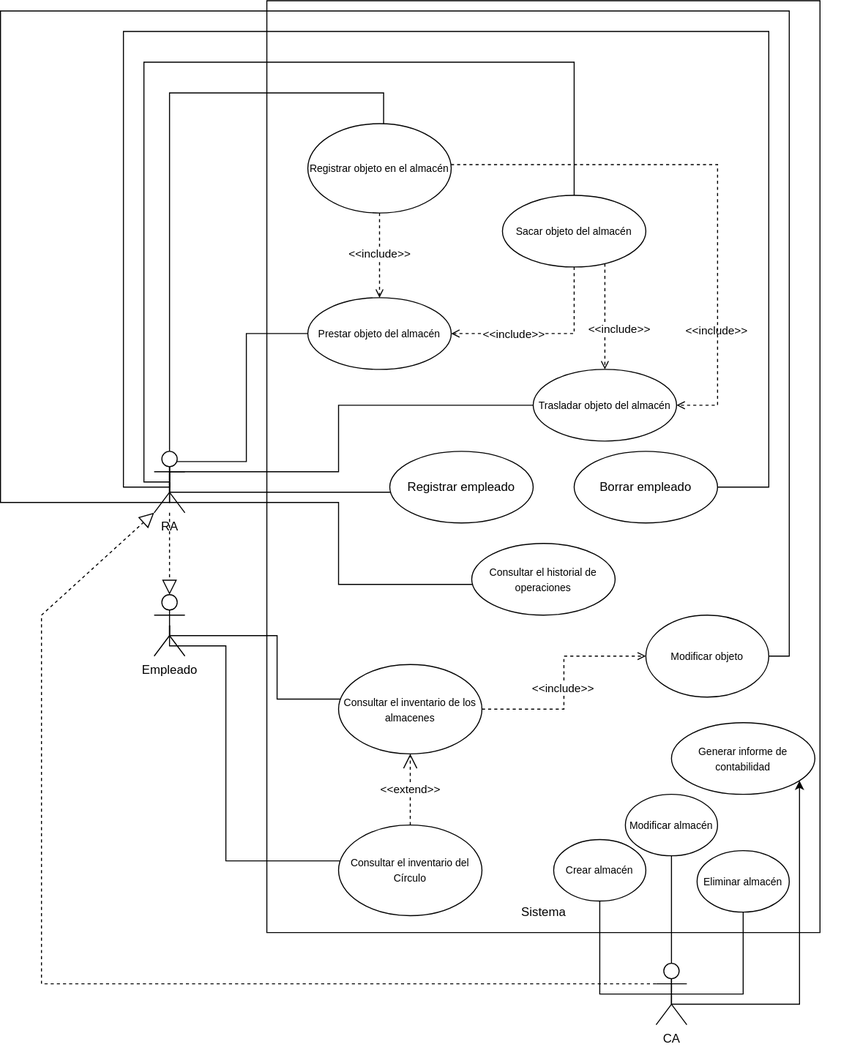
Before: Diagramas/Diagrama de Casos de Uso.svg, a diagram exported from draw.io (Emilio-115/Proyecto-IR-G2-12). Source tidied: cells renumbered, new cells last; positions are measured from the earlier drawing's top-left corner, leaving out a move shared by most shapes.
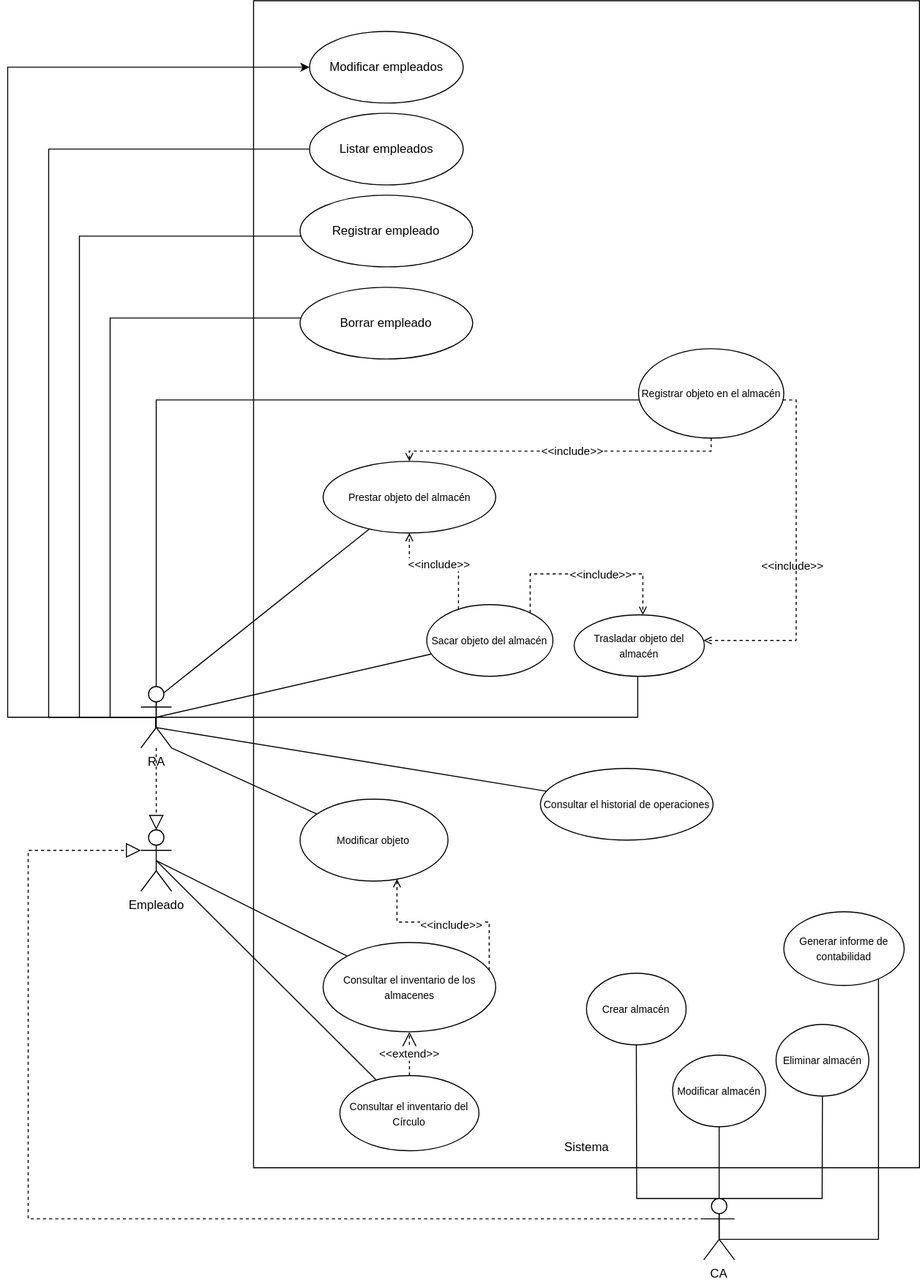
Later version of the same file.

Commit message:
Mejora diagram casos de uso

What changed in the source:
```diff
@@ -4,22 +4,19 @@
     <mxCell id="1" parent="0" />
-    <mxCell id="2" style="group;" parent="1" vertex="1">
-      <mxGeometry x="260" width="560" height="910" as="geometry" />
-    </mxCell>
-    <mxCell id="3" style="group;" parent="2" vertex="1">
-      <mxGeometry width="560" height="910" as="geometry" />
+    <mxCell id="3" style="group;" parent="1" vertex="1">
+      <mxGeometry x="260" width="650" height="910" as="geometry" />
     </mxCell>
     <mxCell id="4" style="group;" parent="3" vertex="1">
-      <mxGeometry width="560" height="910" as="geometry" />
+      <mxGeometry width="650" height="910" as="geometry" />
     </mxCell>
     <mxCell id="5" style="verticalLabelPosition=bottom;verticalAlign=top;html=1;shape=mxgraph.basic.rect;fillColor2=none;strokeWidth=1;size=20;indent=5;" parent="4" vertex="1">
-      <mxGeometry width="540" height="910" as="geometry" />
+      <mxGeometry y="-230" width="650" height="1140" as="geometry" />
     </mxCell>
     <mxCell id="6" value="Sistema" style="text;html=1;align=center;verticalAlign=middle;strokeColor=none;fillColor=none;" parent="4" vertex="1">
-      <mxGeometry x="221.2" y="870" width="97.5" height="40" as="geometry" />
+      <mxGeometry x="266.3" y="870" width="117.4" height="40" as="geometry" />
     </mxCell>
     <mxCell id="7" value="&lt;font style=&quot;font-size: 10px;&quot;&gt;Trasladar objeto del almacén&lt;/font&gt;" style="ellipse;whiteSpace=wrap;html=1;" parent="4" vertex="1">
-      <mxGeometry x="260" y="360" width="140" height="70" as="geometry" />
+      <mxGeometry x="313" y="370" width="127" height="60" as="geometry" />
     </mxCell>
     <mxCell id="8" value="&amp;lt;&amp;lt;include&amp;gt;&amp;gt;" style="edgeLabel;html=1;align=center;verticalAlign=middle;" parent="4" vertex="1">
-      <mxGeometry x="430" y="360" as="geometry">
+      <mxGeometry x="517.6" y="360" as="geometry">
         <mxPoint x="8" y="-39" as="offset" />
@@ -28,3 +25,3 @@
     <mxCell id="9" value="&lt;font style=&quot;font-size: 10px;&quot;&gt;Registrar objeto en el almacén&lt;/font&gt;" style="ellipse;whiteSpace=wrap;html=1;" parent="4" vertex="1">
-      <mxGeometry x="40" y="120" width="140" height="87.3" as="geometry" />
+      <mxGeometry x="375.7" y="110" width="141.8" height="87.3" as="geometry" />
     </mxCell>
@@ -33,4 +30,4 @@
         <Array as="points">
-          <mxPoint x="440" y="160" />
-          <mxPoint x="440" y="395" />
+          <mxPoint x="529.6" y="160" />
+          <mxPoint x="529.6" y="395" />
         </Array>
@@ -39,3 +36,3 @@
     <mxCell id="11" value="&lt;font style=&quot;font-size: 10px;&quot;&gt;Sacar objeto del almacén&lt;/font&gt;" style="ellipse;whiteSpace=wrap;html=1;" parent="4" vertex="1">
-      <mxGeometry x="230" y="190" width="140" height="70" as="geometry" />
+      <mxGeometry x="169.1" y="360" width="123.2" height="70" as="geometry" />
     </mxCell>
@@ -44,4 +41,4 @@
         <Array as="points">
-          <mxPoint x="330" y="330" />
-          <mxPoint x="330" y="330" />
+          <mxPoint x="270" y="330" />
+          <mxPoint x="380" y="330" />
         </Array>
@@ -50,6 +47,11 @@
     <mxCell id="13" value="&lt;font style=&quot;font-size: 10px;&quot;&gt;Prestar objeto del almacén&lt;/font&gt;" style="ellipse;whiteSpace=wrap;html=1;" parent="4" vertex="1">
-      <mxGeometry x="40" y="290" width="140" height="70" as="geometry" />
+      <mxGeometry x="67.9" y="220" width="168.5" height="70" as="geometry" />
     </mxCell>
     <mxCell id="14" style="edgeStyle=orthogonalEdgeStyle;rounded=0;jettySize=auto;html=1;dashed=1;endArrow=open;endFill=0;" parent="4" edge="1" source="9" target="13">
-      <mxGeometry relative="1" as="geometry" />
+      <mxGeometry relative="1" as="geometry">
+        <Array as="points">
+          <mxPoint x="447" y="210" />
+          <mxPoint x="152" y="210" />
+        </Array>
+      </mxGeometry>
     </mxCell>
@@ -61,3 +63,4 @@
         <Array as="points">
-          <mxPoint x="300" y="325" />
+          <mxPoint x="200" y="325" />
+          <mxPoint x="152" y="325" />
         </Array>
@@ -67,3 +70,3 @@
       <mxGeometry x="0.34" y="2" relative="1" as="geometry">
-        <mxPoint x="-1" y="-2" as="offset" />
+        <mxPoint x="23" y="-7" as="offset" />
       </mxGeometry>
@@ -71,3 +74,3 @@
     <mxCell id="18" value="&amp;lt;&amp;lt;include&amp;gt;&amp;gt;" style="edgeLabel;html=1;align=center;verticalAlign=middle;" parent="4" vertex="1">
-      <mxGeometry x="330" y="310" as="geometry">
+      <mxGeometry x="325" y="320" as="geometry">
         <mxPoint x="13" y="10" as="offset" />
@@ -75,39 +78,39 @@
     </mxCell>
-    <mxCell id="19" value="Registrar empleado" style="ellipse;whiteSpace=wrap;html=1;" parent="4" vertex="1">
-      <mxGeometry x="120" y="440" width="140" height="70" as="geometry" />
-    </mxCell>
     <mxCell id="20" value="Borrar empleado" style="ellipse;whiteSpace=wrap;html=1;" parent="4" vertex="1">
-      <mxGeometry x="300" y="440" width="140" height="70" as="geometry" />
+      <mxGeometry x="45.4" y="50" width="168.5" height="70" as="geometry" />
     </mxCell>
     <mxCell id="21" value="&lt;font style=&quot;font-size: 10px;&quot;&gt;Consultar el historial de operaciones&lt;/font&gt;" style="ellipse;whiteSpace=wrap;html=1;" parent="4" vertex="1">
-      <mxGeometry x="200" y="530" width="140" height="70" as="geometry" />
+      <mxGeometry x="280" y="520" width="168.5" height="70" as="geometry" />
     </mxCell>
     <mxCell id="22" value="&lt;font style=&quot;font-size: 10px;&quot;&gt;Crear almacén&lt;/font&gt;" style="ellipse;whiteSpace=wrap;html=1;" parent="4" vertex="1">
-      <mxGeometry x="280" y="819.2" width="90" height="60" as="geometry" />
+      <mxGeometry x="325" y="720" width="97.2" height="70" as="geometry" />
     </mxCell>
     <mxCell id="23" value="&lt;font style=&quot;font-size: 10px;&quot;&gt;Consultar el inventario del Círculo&lt;/font&gt;" style="ellipse;whiteSpace=wrap;html=1;" parent="4" vertex="1">
-      <mxGeometry x="70" y="805" width="140" height="88.5" as="geometry" />
+      <mxGeometry x="84.3" y="820" width="135.7" height="73.5" as="geometry" />
     </mxCell>
     <mxCell id="24" value="&lt;font style=&quot;font-size: 10px;&quot;&gt;Eliminar almacén&lt;/font&gt;" style="ellipse;whiteSpace=wrap;html=1;" parent="4" vertex="1">
-      <mxGeometry x="420" y="830" width="90" height="60" as="geometry" />
+      <mxGeometry x="510" y="770" width="90.5" height="70" as="geometry" />
     </mxCell>
     <mxCell id="25" value="&lt;font style=&quot;font-size: 10px;&quot;&gt;Modificar almacén&lt;/font&gt;" style="ellipse;whiteSpace=wrap;html=1;" parent="4" vertex="1">
-      <mxGeometry x="350" y="775" width="90" height="60" as="geometry" />
+      <mxGeometry x="409.1" y="800" width="90.7" height="70" as="geometry" />
     </mxCell>
     <mxCell id="26" value="&lt;font style=&quot;font-size: 10px;&quot;&gt;Modificar objeto&lt;/font&gt;" style="ellipse;whiteSpace=wrap;html=1;" parent="4" vertex="1">
-      <mxGeometry x="370" y="600" width="120" height="80" as="geometry" />
+      <mxGeometry x="45.4" y="550" width="144.4" height="80" as="geometry" />
     </mxCell>
     <mxCell id="27" value="&lt;font style=&quot;font-size: 10px;&quot;&gt;Generar informe de contabilidad&lt;/font&gt;" style="ellipse;whiteSpace=wrap;html=1;" parent="4" vertex="1">
-      <mxGeometry x="395" y="705" width="140" height="70" as="geometry" />
+      <mxGeometry x="517.6" y="660" width="117.5" height="72" as="geometry" />
     </mxCell>
-    <mxCell id="28" style="edgeStyle=orthogonalEdgeStyle;rounded=0;jettySize=auto;html=1;exitX=0.5;exitY=0.5;exitDx=0;exitDy=0;exitPerimeter=0;" parent="4" edge="1" source="49" target="27">
-      <mxGeometry relative="1" as="geometry">
-        <Array as="points">
-          <mxPoint x="395" y="980" />
-          <mxPoint x="520" y="980" />
-        </Array>
-      </mxGeometry>
-    </mxCell>
+    <mxCell id="31" value="&lt;font style=&quot;font-size: 10px;&quot;&gt;Consultar el inventario de los almacenes&lt;/font&gt;" style="ellipse;whiteSpace=wrap;html=1;" parent="4" vertex="1">
+      <mxGeometry x="67.9" y="690" width="168.5" height="87.3" as="geometry" />
+    </mxCell>
+    <mxCell id="32" value="&amp;lt;&amp;lt;extend&amp;gt;&amp;gt;" style="endArrow=open;endSize=12;dashed=1;html=1;rounded=0;" parent="4" edge="1" source="23" target="31">
+      <mxGeometry relative="1" as="geometry" />
+    </mxCell>
-    <mxCell id="29" style="edgeStyle=orthogonalEdgeStyle;rounded=0;jettySize=auto;html=1;exitX=1;exitY=0.5;exitDx=0;exitDy=0;dashed=1;endArrow=open;endFill=0;" parent="3" edge="1" source="31" target="26">
-      <mxGeometry relative="1" as="geometry" />
+    <mxCell id="29" style="edgeStyle=orthogonalEdgeStyle;rounded=0;jettySize=auto;html=1;dashed=1;endArrow=open;endFill=0;" parent="4" edge="1" source="31" target="26">
+      <mxGeometry relative="1" as="geometry">
+        <Array as="points">
+          <mxPoint x="230" y="670" />
+          <mxPoint x="140" y="670" />
+        </Array>
+      </mxGeometry>
     </mxCell>
@@ -116,8 +119,10 @@
     </mxCell>
-    <mxCell id="31" value="&lt;font style=&quot;font-size: 10px;&quot;&gt;Consultar el inventario de los almacenes&lt;/font&gt;" style="ellipse;whiteSpace=wrap;html=1;" parent="3" vertex="1">
-      <mxGeometry x="70" y="648.2" width="140" height="87.3" as="geometry" />
-    </mxCell>
-    <mxCell id="32" value="&amp;lt;&amp;lt;extend&amp;gt;&amp;gt;" style="endArrow=open;endSize=12;dashed=1;html=1;rounded=0;" parent="3" edge="1" source="23" target="31">
-      <mxGeometry relative="1" as="geometry" />
-    </mxCell>
+    <mxCell id="39" style="rounded=0;jettySize=auto;html=1;exitX=0.5;exitY=0.5;exitDx=0;exitDy=0;exitPerimeter=0;endArrow=none;endFill=0;" parent="4" edge="1" target="21">
+      <mxGeometry relative="1" as="geometry">
+        <mxPoint x="-95.7" y="480" as="sourcePoint" />
+      </mxGeometry>
+    </mxCell>
+    <mxCell id="19" value="Registrar empleado" style="ellipse;whiteSpace=wrap;html=1;" parent="4" vertex="1">
+      <mxGeometry x="45.4" y="-40" width="168.5" height="70" as="geometry" />
+    </mxCell>
     <mxCell id="33" style="edgeStyle=orthogonalEdgeStyle;rounded=0;jettySize=auto;html=1;exitX=0.5;exitY=0.5;exitDx=0;exitDy=0;exitPerimeter=0;endArrow=none;endFill=0;" parent="1" edge="1" source="41" target="9">
@@ -125,4 +130,3 @@
         <Array as="points">
-          <mxPoint x="165" y="90" />
-          <mxPoint x="374" y="90" />
+          <mxPoint x="165" y="160" />
         </Array>
@@ -130,26 +134,14 @@
     </mxCell>
-    <mxCell id="34" style="edgeStyle=orthogonalEdgeStyle;rounded=0;jettySize=auto;html=1;exitX=0.5;exitY=0.5;exitDx=0;exitDy=0;exitPerimeter=0;endArrow=none;endFill=0;" parent="1" edge="1" source="41" target="11">
-      <mxGeometry relative="1" as="geometry">
-        <Array as="points">
-          <mxPoint x="140" y="470" />
-          <mxPoint x="140" y="60" />
-          <mxPoint x="560" y="60" />
-        </Array>
-      </mxGeometry>
+    <mxCell id="34" style="rounded=0;jettySize=auto;html=1;exitX=0.5;exitY=0.5;exitDx=0;exitDy=0;exitPerimeter=0;endArrow=none;endFill=0;" parent="1" edge="1" source="41" target="11">
+      <mxGeometry relative="1" as="geometry" />
     </mxCell>
-    <mxCell id="35" style="edgeStyle=orthogonalEdgeStyle;rounded=0;jettySize=auto;html=1;exitX=0.5;exitY=0.5;exitDx=0;exitDy=0;exitPerimeter=0;entryX=0;entryY=0.5;entryDx=0;entryDy=0;endArrow=none;endFill=0;" parent="1" edge="1" source="41" target="13">
-      <mxGeometry relative="1" as="geometry">
-        <Array as="points">
-          <mxPoint x="165" y="450" />
-          <mxPoint x="240" y="450" />
-          <mxPoint x="240" y="325" />
-        </Array>
-      </mxGeometry>
+    <mxCell id="35" style="rounded=0;jettySize=auto;html=1;exitX=0.75;exitY=0.1;exitDx=0;exitDy=0;exitPerimeter=0;endArrow=none;endFill=0;" parent="1" edge="1" source="41" target="13">
+      <mxGeometry relative="1" as="geometry" />
     </mxCell>
-    <mxCell id="36" style="edgeStyle=orthogonalEdgeStyle;rounded=0;jettySize=auto;html=1;exitX=0.5;exitY=0.5;exitDx=0;exitDy=0;exitPerimeter=0;endArrow=none;endFill=0;" parent="1" edge="1" source="41" target="7">
+    <mxCell id="36" style="edgeStyle=orthogonalEdgeStyle;rounded=0;jettySize=auto;html=1;exitX=0.5;exitY=0.5;exitDx=0;exitDy=0;exitPerimeter=0;endArrow=none;endFill=0;" parent="1" edge="1" target="7">
       <mxGeometry relative="1" as="geometry">
+        <mxPoint x="164.4" y="480" as="sourcePoint" />
         <Array as="points">
-          <mxPoint x="165" y="460" />
-          <mxPoint x="330" y="460" />
-          <mxPoint x="330" y="395" />
+          <mxPoint x="164" y="470" />
+          <mxPoint x="635" y="470" />
         </Array>
@@ -160,3 +152,4 @@
         <Array as="points">
-          <mxPoint x="165" y="480" />
+          <mxPoint x="90" y="470" />
+          <mxPoint x="90" />
         </Array>
@@ -167,7 +160,4 @@
         <Array as="points">
-          <mxPoint x="165" y="475" />
-          <mxPoint x="120" y="475" />
-          <mxPoint x="120" y="30" />
-          <mxPoint x="750" y="30" />
-          <mxPoint x="750" y="475" />
+          <mxPoint x="120" y="470" />
+          <mxPoint x="120" y="80" />
         </Array>
@@ -175,22 +165,23 @@
     </mxCell>
-    <mxCell id="39" style="edgeStyle=orthogonalEdgeStyle;rounded=0;jettySize=auto;html=1;exitX=0.5;exitY=0.5;exitDx=0;exitDy=0;exitPerimeter=0;endArrow=none;endFill=0;" parent="1" edge="1" source="41" target="21">
-      <mxGeometry relative="1" as="geometry">
-        <Array as="points">
-          <mxPoint x="165" y="490" />
-          <mxPoint x="330" y="490" />
-          <mxPoint x="330" y="570" />
-        </Array>
-      </mxGeometry>
-    </mxCell>
-    <mxCell id="40" style="edgeStyle=orthogonalEdgeStyle;rounded=0;jettySize=auto;html=1;exitX=0.5;exitY=0.5;exitDx=0;exitDy=0;exitPerimeter=0;endArrow=none;endFill=0;" parent="1" edge="1" source="41" target="26">
-      <mxGeometry relative="1" as="geometry">
-        <Array as="points">
-          <mxPoint x="165" y="490" />
-          <mxPoint y="490" />
-          <mxPoint y="10" />
-          <mxPoint x="770" y="10" />
-          <mxPoint x="770" y="640" />
-        </Array>
-      </mxGeometry>
-    </mxCell>
+    <mxCell id="51" style="rounded=0;jettySize=auto;html=1;endArrow=none;endFill=0;" parent="1" edge="1" target="26">
+      <mxGeometry relative="1" as="geometry">
+        <mxPoint x="180" y="500" as="sourcePoint" />
+      </mxGeometry>
+    </mxCell>
+    <mxCell id="52" style="edgeStyle=orthogonalEdgeStyle;rounded=0;jettySize=auto;html=1;exitX=0.5;exitY=0.5;exitDx=0;exitDy=0;exitPerimeter=0;endArrow=none;endFill=0;" parent="1" edge="1" source="41" target="54">
+      <mxGeometry relative="1" as="geometry">
+        <Array as="points">
+          <mxPoint x="60" y="470" />
+          <mxPoint x="60" y="-85" />
+        </Array>
+      </mxGeometry>
+    </mxCell>
+    <mxCell id="53" style="edgeStyle=orthogonalEdgeStyle;rounded=0;jettySize=auto;html=1;exitX=0.5;exitY=0.5;exitDx=0;exitDy=0;exitPerimeter=0;" parent="1" edge="1" source="41" target="55">
+      <mxGeometry relative="1" as="geometry">
+        <Array as="points">
+          <mxPoint x="20" y="470" />
+          <mxPoint x="20" y="-165" />
+        </Array>
+      </mxGeometry>
+    </mxCell>
     <mxCell id="41" value="RA" style="shape=umlActor;verticalLabelPosition=bottom;verticalAlign=top;html=1;outlineConnect=0;" parent="1" vertex="1">
@@ -198,19 +189,7 @@
     </mxCell>
-    <mxCell id="42" style="edgeStyle=orthogonalEdgeStyle;rounded=0;jettySize=auto;html=1;exitX=0.5;exitY=0.5;exitDx=0;exitDy=0;exitPerimeter=0;endArrow=none;endFill=0;" parent="1" edge="1" source="44" target="23">
-      <mxGeometry relative="1" as="geometry">
-        <Array as="points">
-          <mxPoint x="165" y="630" />
-          <mxPoint x="220" y="630" />
-          <mxPoint x="220" y="840" />
-        </Array>
-      </mxGeometry>
+    <mxCell id="42" style="rounded=0;jettySize=auto;html=1;exitX=0.5;exitY=0.5;exitDx=0;exitDy=0;exitPerimeter=0;endArrow=none;endFill=0;" parent="1" edge="1" source="44" target="23">
+      <mxGeometry relative="1" as="geometry" />
     </mxCell>
-    <mxCell id="43" style="edgeStyle=orthogonalEdgeStyle;rounded=0;jettySize=auto;html=1;exitX=0.5;exitY=0.5;exitDx=0;exitDy=0;exitPerimeter=0;strokeColor=default;endArrow=none;endFill=0;" parent="1" edge="1" source="44" target="31">
-      <mxGeometry relative="1" as="geometry">
-        <Array as="points">
-          <mxPoint x="165" y="620" />
-          <mxPoint x="270" y="620" />
-          <mxPoint x="270" y="682" />
-        </Array>
-      </mxGeometry>
+    <mxCell id="43" style="rounded=0;jettySize=auto;html=1;exitX=0.5;exitY=0.5;exitDx=0;exitDy=0;exitPerimeter=0;strokeColor=default;endArrow=none;endFill=0;" parent="1" edge="1" source="44" target="31">
+      <mxGeometry relative="1" as="geometry" />
     </mxCell>
@@ -222,4 +201,8 @@
     </mxCell>
-    <mxCell id="46" style="edgeStyle=orthogonalEdgeStyle;rounded=0;jettySize=auto;html=1;exitX=0.5;exitY=0.5;exitDx=0;exitDy=0;exitPerimeter=0;entryX=0.5;entryY=1;entryDx=0;entryDy=0;endArrow=none;endFill=0;" parent="1" edge="1" source="49" target="22">
-      <mxGeometry relative="1" as="geometry" />
+    <mxCell id="46" style="rounded=0;jettySize=auto;html=1;exitX=0.5;exitY=0;exitDx=0;exitDy=0;exitPerimeter=0;endArrow=none;endFill=0;" parent="1" edge="1" source="49" target="22">
+      <mxGeometry relative="1" as="geometry">
+        <Array as="points">
+          <mxPoint x="634" y="940" />
+        </Array>
+      </mxGeometry>
     </mxCell>
@@ -228,9 +211,21 @@
     </mxCell>
-    <mxCell id="48" style="edgeStyle=orthogonalEdgeStyle;rounded=0;jettySize=auto;html=1;exitX=0.5;exitY=0.5;exitDx=0;exitDy=0;exitPerimeter=0;entryX=0.5;entryY=1;entryDx=0;entryDy=0;endArrow=none;endFill=0;" parent="1" edge="1" source="49" target="24">
-      <mxGeometry relative="1" as="geometry" />
+    <mxCell id="48" style="rounded=0;jettySize=auto;html=1;exitX=0.5;exitY=0;exitDx=0;exitDy=0;exitPerimeter=0;entryX=0.5;entryY=1;entryDx=0;entryDy=0;endArrow=none;endFill=0;" parent="1" edge="1" source="49" target="24">
+      <mxGeometry relative="1" as="geometry">
+        <Array as="points">
+          <mxPoint x="815" y="940" />
+        </Array>
+      </mxGeometry>
     </mxCell>
+    <mxCell id="28" style="edgeStyle=orthogonalEdgeStyle;rounded=0;jettySize=auto;html=1;exitX=0.5;exitY=0.5;exitDx=0;exitDy=0;exitPerimeter=0;endArrow=none;endFill=0;" parent="1" edge="1" source="49" target="27">
+      <mxGeometry relative="1" as="geometry">
+        <Array as="points">
+          <mxPoint x="714" y="980" />
+          <mxPoint x="870" y="980" />
+        </Array>
+      </mxGeometry>
+    </mxCell>
     <mxCell id="49" value="CA" style="shape=umlActor;verticalLabelPosition=bottom;verticalAlign=top;html=1;outlineConnect=0;" parent="1" vertex="1">
-      <mxGeometry x="640" y="940" width="30" height="60" as="geometry" />
+      <mxGeometry x="699.5" y="940" width="30" height="60" as="geometry" />
     </mxCell>
-    <mxCell id="50" style="endArrow=block;dashed=1;endFill=0;endSize=12;html=1;rounded=0;exitX=0;exitY=0.3333333333333333;exitDx=0;exitDy=0;exitPerimeter=0;entryX=0;entryY=1;entryDx=0;entryDy=0;entryPerimeter=0;" parent="1" edge="1" source="49" target="41">
+    <mxCell id="50" style="endArrow=block;dashed=1;endFill=0;endSize=12;html=1;rounded=0;exitX=0;exitY=0.3333333333333333;exitDx=0;exitDy=0;exitPerimeter=0;entryX=0;entryY=0.3333333333333333;entryDx=0;entryDy=0;entryPerimeter=0;" parent="1" edge="1" source="49" target="44">
       <mxGeometry relative="1" as="geometry">
@@ -242,2 +237,8 @@
     </mxCell>
+    <mxCell id="54" value="Listar empleados" style="ellipse;whiteSpace=wrap;html=1;" parent="1" vertex="1">
+      <mxGeometry x="314.6" y="-120" width="150" height="70" as="geometry" />
+    </mxCell>
+    <mxCell id="55" value="Modificar empleados" style="ellipse;whiteSpace=wrap;html=1;" parent="1" vertex="1">
+      <mxGeometry x="314.6" y="-200" width="150" height="70" as="geometry" />
+    </mxCell>
   </root>
```
